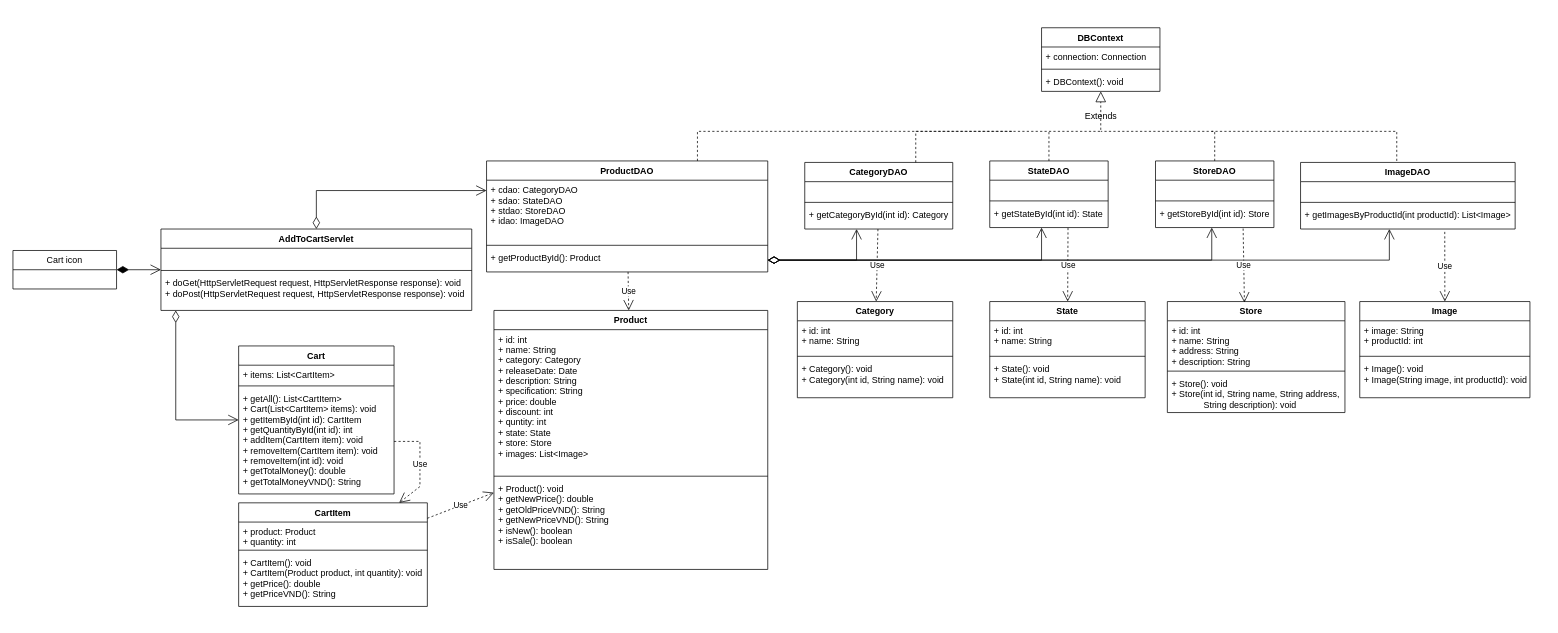
This is page "add" (1 of 6) of te7.drawio from baspdd/desktop-tutorial, a draw.io file, before an edit. Source tidied: cells renumbered, new cells numbered last; positions are measured from the earlier drawing's top-left corner, leaving out a move shared by most shapes. Both pictures are drawn from the tidied source at 74%, with x=0, y=0 at pixel (13, 27).
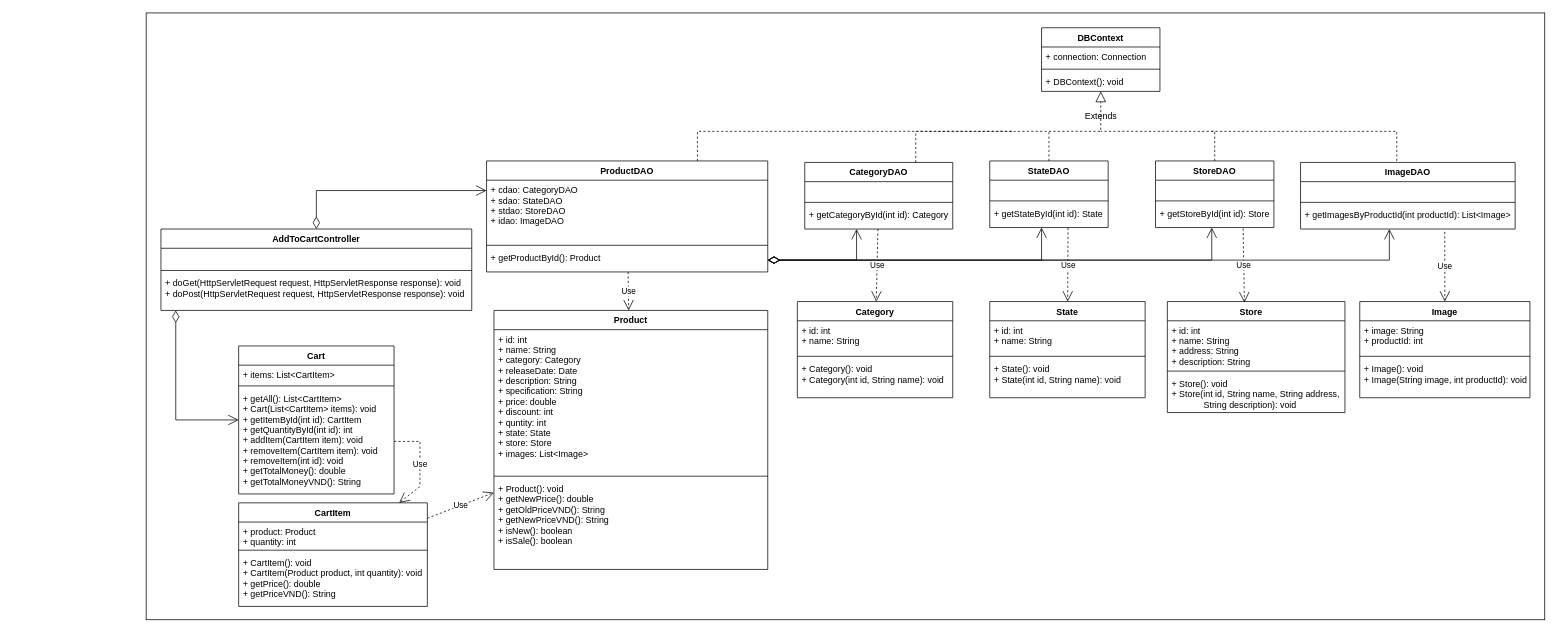
The same diagram, later.

Diff of the diagram source:
```diff
@@
+    <mxCell id="80" style="rounded=0;whiteSpace=wrap;html=1;" parent="1" vertex="1">
+      <mxGeometry x="180" y="-20" width="1890" height="820" as="geometry" />
+    </mxCell>
@@
-    <mxCell id="6" value="Cart icon" style="swimlane;fontStyle=0;horizontal=1;startSize=26;fillColor=none;" parent="1" vertex="1">
-      <mxGeometry y="301" width="140" height="52" as="geometry" />
-    </mxCell>
-    <mxCell id="7" value=" " style="text;strokeColor=none;fillColor=none;align=left;verticalAlign=top;spacingLeft=4;spacingRight=4;overflow=hidden;" parent="6" vertex="1">
-      <mxGeometry y="26" width="140" height="26" as="geometry" />
-    </mxCell>
-    <mxCell id="8" value="AddToCartServlet" style="swimlane;fontStyle=1;align=center;verticalAlign=top;horizontal=1;startSize=26;" parent="1" vertex="1">
+    <mxCell id="8" value="AddToCartController" style="swimlane;fontStyle=1;align=center;verticalAlign=top;horizontal=1;startSize=26;" parent="1" vertex="1">
       <mxGeometry x="200" y="272" width="420" height="110" as="geometry" />
     </mxCell>
@@
-    <mxCell id="17" style="endArrow=open;html=1;endSize=12;startArrow=diamondThin;startSize=14;startFill=1;edgeStyle=orthogonalEdgeStyle;align=left;verticalAlign=bottom;rounded=0;" parent="1" edge="1" source="6" target="8">
-      <mxGeometry x="-0.11" y="107" relative="1" as="geometry" />
-    </mxCell>
```
